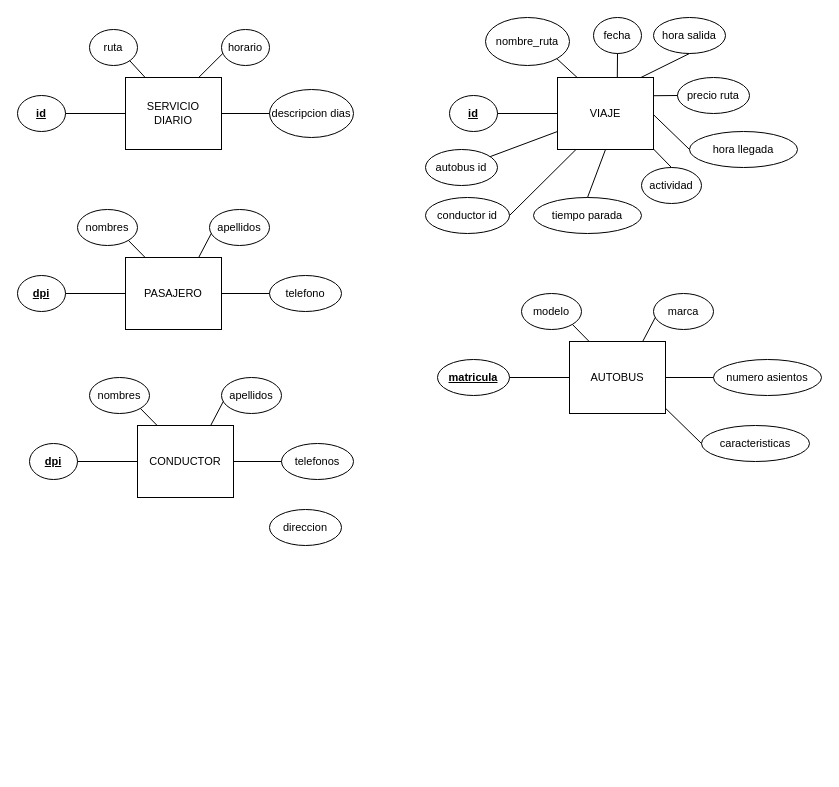
The draw.io diagram _posts/Problema 1.drawio in ccmorataya/ccmorataya.github.io, before the edit. Source tidied: cells renumbered, new cells numbered last; positions are measured from the earlier drawing's top-left corner, leaving out a move shared by most shapes. Both pictures are drawn from the tidied source at 100%, with x=0, y=0 at pixel (17, 17).
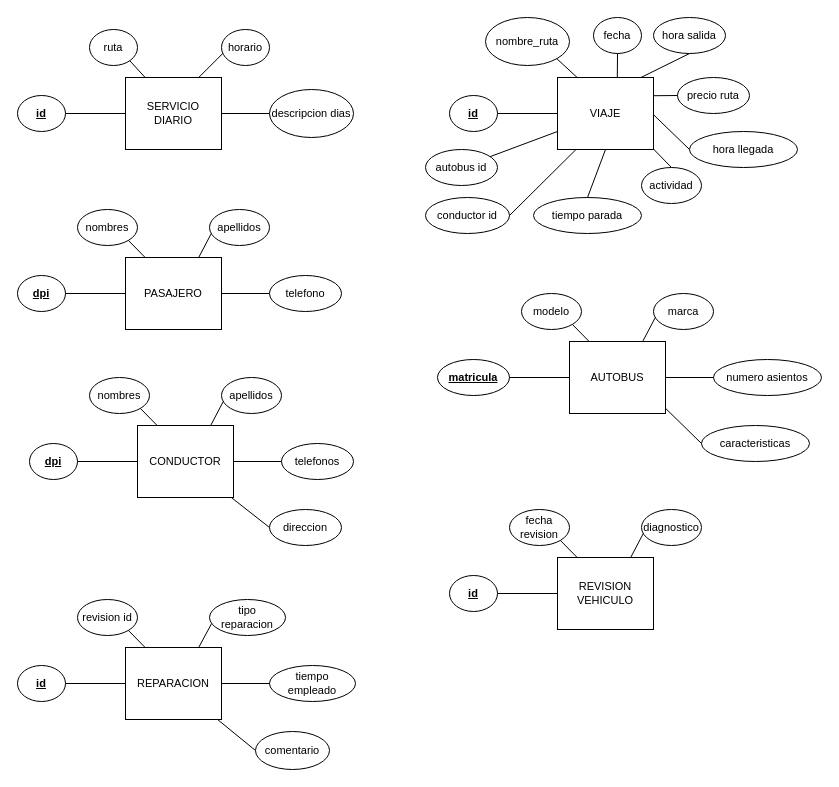
Above is the later version.

The change refers to these unchanged cells:
```xml
<mxCell id="52" value="CONDUCTOR" style="html=1;whiteSpace=wrap;fontSize=11;fontColor=#000000;align=center;spacing=3;strokeOpacity=100;fillOpacity=100;fillColor=#ffffff;" parent="1" vertex="1">
  <mxGeometry x="120" y="408" width="96" height="72" as="geometry" />
</mxCell>
<mxCell id="61" value="direccion" style="html=1;whiteSpace=wrap;ellipse;fontSize=11;fontColor=#000000;align=center;spacing=3;strokeOpacity=100;fillOpacity=100;fillColor=#ffffff;" parent="1" vertex="1">
  <mxGeometry x="252" y="492" width="72" height="36" as="geometry" />
</mxCell>
```

Change to the diagram source:
```diff
@@
+    <mxCell id="62" style="rounded=0;jettySize=auto;html=1;exitX=0;exitY=0.5;exitDx=0;exitDy=0;endArrow=none;endFill=0;" parent="1" edge="1" source="61" target="52">
+      <mxGeometry relative="1" as="geometry" />
+    </mxCell>
@@
+    <mxCell id="63" value="REVISION VEHICULO" style="html=1;whiteSpace=wrap;fontSize=11;fontColor=#000000;align=center;spacing=3;strokeOpacity=100;fillOpacity=100;fillColor=#ffffff;" parent="1" vertex="1">
+      <mxGeometry x="540" y="540" width="96" height="72" as="geometry" />
+    </mxCell>
+    <mxCell id="64" value="&lt;div&gt;id&lt;/div&gt;" style="html=1;whiteSpace=wrap;ellipse;fontSize=11;fontColor=#000000;fontStyle=5;align=center;spacing=3;strokeOpacity=100;fillOpacity=100;fillColor=#ffffff;" parent="1" vertex="1">
+      <mxGeometry x="432" y="558" width="48" height="36" as="geometry" />
+    </mxCell>
+    <mxCell id="65" style="html=1;jettySize=18;fontSize=11;strokeOpacity=100;rounded=0;startArrow=none;endArrow=none;exitX=1.0125078135599699;exitY=0.4999999999999999;exitPerimeter=1;entryX=-0.00625;entryY=0.5;entryPerimeter=1;" parent="1" edge="1" source="64" target="63">
+      <mxGeometry relative="1" as="geometry" />
+    </mxCell>
+    <mxCell id="66" value="fecha revision" style="html=1;whiteSpace=wrap;ellipse;fontSize=11;fontColor=#000000;align=center;spacing=3;strokeOpacity=100;fillOpacity=100;fillColor=#ffffff;" parent="1" vertex="1">
+      <mxGeometry x="492" y="492" width="60" height="36" as="geometry" />
+    </mxCell>
+    <mxCell id="67" value="diagnostico" style="html=1;whiteSpace=wrap;ellipse;fontSize=11;fontColor=#000000;align=center;spacing=3;strokeOpacity=100;fillOpacity=100;fillColor=#ffffff;" parent="1" vertex="1">
+      <mxGeometry x="624" y="492" width="60" height="36" as="geometry" />
+    </mxCell>
+    <mxCell id="68" style="html=1;jettySize=18;fontSize=11;strokeOpacity=100;rounded=0;startArrow=none;endArrow=none;exitX=0.8515453862897228;exitY=0.8737030244220378;exitPerimeter=1;entryX=0.2;entryY=-0.008333333333333392;entryPerimeter=1;" parent="1" edge="1" source="66" target="63">
+      <mxGeometry relative="1" as="geometry" />
+    </mxCell>
+    <mxCell id="69" style="html=1;jettySize=18;fontSize=11;strokeOpacity=100;rounded=0;startArrow=none;endArrow=none;exitX=0.7666666666666668;exitY=-0.008333333333333333;exitPerimeter=1;entryX=0.018859180368364148;entryY=0.6713752692580891;entryPerimeter=1;" parent="1" edge="1" source="63" target="67">
+      <mxGeometry relative="1" as="geometry" />
+    </mxCell>
+    <mxCell id="70" value="REPARACION" style="html=1;whiteSpace=wrap;fontSize=11;fontColor=#000000;align=center;spacing=3;strokeOpacity=100;fillOpacity=100;fillColor=#ffffff;" parent="1" vertex="1">
+      <mxGeometry x="108" y="630" width="96" height="72" as="geometry" />
+    </mxCell>
+    <mxCell id="71" value="&lt;div&gt;id&lt;/div&gt;" style="html=1;whiteSpace=wrap;ellipse;fontSize=11;fontColor=#000000;fontStyle=5;align=center;spacing=3;strokeOpacity=100;fillOpacity=100;fillColor=#ffffff;" parent="1" vertex="1">
+      <mxGeometry y="648" width="48" height="36" as="geometry" />
+    </mxCell>
+    <mxCell id="72" style="html=1;jettySize=18;fontSize=11;strokeOpacity=100;rounded=0;startArrow=none;endArrow=none;exitX=1.0125078135599699;exitY=0.4999999999999999;exitPerimeter=1;entryX=-0.00625;entryY=0.5;entryPerimeter=1;" parent="1" edge="1" source="71" target="70">
+      <mxGeometry relative="1" as="geometry" />
+    </mxCell>
+    <mxCell id="73" value="revision id" style="html=1;whiteSpace=wrap;ellipse;fontSize=11;fontColor=#000000;align=center;spacing=3;strokeOpacity=100;fillOpacity=100;fillColor=#ffffff;" parent="1" vertex="1">
+      <mxGeometry x="60" y="582" width="60" height="36" as="geometry" />
+    </mxCell>
+    <mxCell id="74" value="tipo reparacion" style="html=1;whiteSpace=wrap;ellipse;fontSize=11;fontColor=#000000;align=center;spacing=3;strokeOpacity=100;fillOpacity=100;fillColor=#ffffff;" parent="1" vertex="1">
+      <mxGeometry x="192" y="582" width="76" height="36" as="geometry" />
+    </mxCell>
+    <mxCell id="75" value="tiempo empleado" style="html=1;whiteSpace=wrap;ellipse;fontSize=11;fontColor=#000000;align=center;spacing=3;strokeOpacity=100;fillOpacity=100;fillColor=#ffffff;" parent="1" vertex="1">
+      <mxGeometry x="252" y="648" width="86" height="36" as="geometry" />
+    </mxCell>
+    <mxCell id="76" style="html=1;jettySize=18;fontSize=11;strokeOpacity=100;rounded=0;startArrow=none;endArrow=none;exitX=-0.008338552676729746;exitY=0.4999999999999999;exitPerimeter=1;entryX=1.00625;entryY=0.5;entryPerimeter=1;" parent="1" edge="1" source="75" target="70">
+      <mxGeometry relative="1" as="geometry" />
+    </mxCell>
+    <mxCell id="77" style="html=1;jettySize=18;fontSize=11;strokeOpacity=100;rounded=0;startArrow=none;endArrow=none;exitX=0.8515453862897228;exitY=0.8737030244220378;exitPerimeter=1;entryX=0.2;entryY=-0.008333333333333392;entryPerimeter=1;" parent="1" edge="1" source="73" target="70">
+      <mxGeometry relative="1" as="geometry" />
+    </mxCell>
+    <mxCell id="78" style="html=1;jettySize=18;fontSize=11;strokeOpacity=100;rounded=0;startArrow=none;endArrow=none;exitX=0.7666666666666668;exitY=-0.008333333333333333;exitPerimeter=1;entryX=0.018859180368364148;entryY=0.6713752692580891;entryPerimeter=1;" parent="1" edge="1" source="70" target="74">
+      <mxGeometry relative="1" as="geometry" />
+    </mxCell>
+    <mxCell id="79" style="rounded=0;jettySize=auto;html=1;exitX=0;exitY=0.5;exitDx=0;exitDy=0;endArrow=none;endFill=0;" parent="1" edge="1" source="80" target="70">
+      <mxGeometry relative="1" as="geometry" />
+    </mxCell>
+    <mxCell id="80" value="comentario" style="html=1;whiteSpace=wrap;ellipse;fontSize=11;fontColor=#000000;align=center;spacing=3;strokeOpacity=100;fillOpacity=100;fillColor=#ffffff;" parent="1" vertex="1">
+      <mxGeometry x="238" y="714" width="74" height="38" as="geometry" />
+    </mxCell>
```
